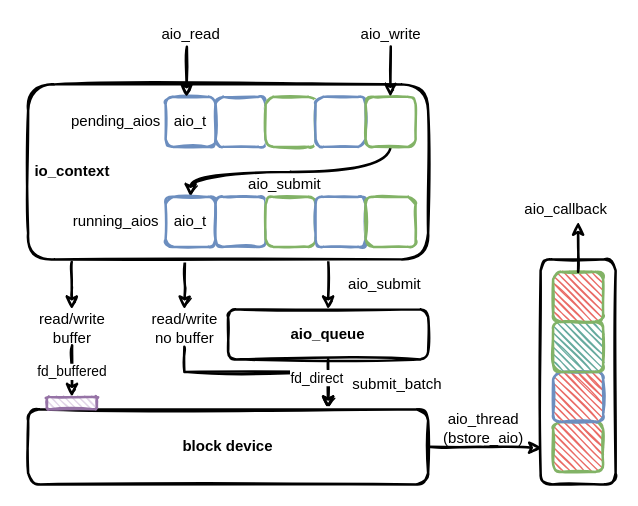
The draw.io diagram page "BlockDevice" (2 of 3) of ceph/bluestore.drawio in EarthWind/deeparch, before the edit. Source tidied: cells renumbered, new cells numbered last; positions are measured from the earlier drawing's top-left corner, leaving out a move shared by most shapes. Both pictures are drawn from the tidied source at 125%, with x=0, y=0 at pixel (21, 21).
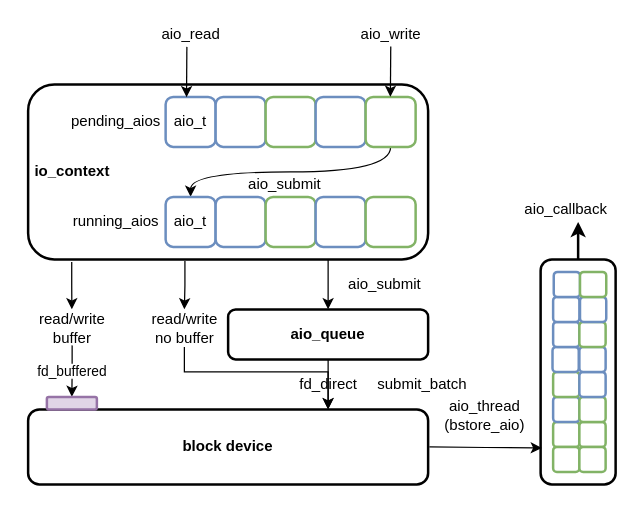
The same page after the edit.

Unchanged cells that the change refers to:
```xml
<mxCell id="43" value="read/write&lt;br&gt;buffer" style="text;html=1;align=center;verticalAlign=middle;points=[];strokeColor=none;fillColor=none;" parent="1" vertex="1">
  <mxGeometry x="5" y="230" width="70" height="30" as="geometry" />
</mxCell>
<mxCell id="44" value="read/write&lt;br&gt;no buffer" style="text;html=1;align=center;verticalAlign=middle;points=[];strokeColor=none;fillColor=none;" parent="1" vertex="1">
  <mxGeometry x="95" y="230" width="70" height="30" as="geometry" />
</mxCell>
```

What changed in the source:
```diff
@@
-    <mxCell id="2" style="edgeStyle=elbowEdgeStyle;rounded=0;sketch=1;jettySize=auto;html=1;strokeWidth=2;elbow=vertical;" parent="1" edge="1" source="44">
+    <mxCell id="2" style="edgeStyle=elbowEdgeStyle;rounded=0;sketch=0;jettySize=auto;html=1;strokeWidth=1;elbow=vertical;" parent="1" edge="1" source="44">
       <mxGeometry relative="1" as="geometry">
         <mxPoint x="245" y="310" as="targetPoint" />
         <Array as="points">
           <mxPoint x="185" y="280" />
         </Array>
       </mxGeometry>
     </mxCell>
-    <mxCell id="3" style="rounded=1;whiteSpace=wrap;html=1;strokeWidth=2;fillWeight=1;hachureGap=4;hachureAngle=45;sketch=1;" parent="1" vertex="1">
+    <mxCell id="3" style="rounded=1;whiteSpace=wrap;html=1;strokeWidth=2;fillWeight=1;hachureGap=4;hachureAngle=45;sketch=0;" parent="1" vertex="1">
       <mxGeometry x="415" y="190" width="60" height="180" as="geometry" />
     </mxCell>
-    <mxCell id="4" style="edgeStyle=orthogonalEdgeStyle;rounded=0;sketch=1;jettySize=auto;html=1;strokeWidth=2;exitX=0.5;exitY=1;exitDx=0;exitDy=0;entryX=0.75;entryY=0;entryDx=0;entryDy=0;" parent="1" edge="1" source="33" target="22">
+    <mxCell id="4" style="edgeStyle=orthogonalEdgeStyle;rounded=0;sketch=0;jettySize=auto;html=1;strokeWidth=1;exitX=0.5;exitY=1;exitDx=0;exitDy=0;entryX=0.75;entryY=0;entryDx=0;entryDy=0;" parent="1" edge="1" source="33" target="22">
       <mxGeometry relative="1" as="geometry" />
     </mxCell>
-    <mxCell id="5" value="fd_direct" style="edgeLabel;html=1;align=center;verticalAlign=middle;" parent="4" vertex="1">
-      <mxGeometry x="-0.64" y="2" relative="1" as="geometry">
-        <mxPoint x="-12" y="7" as="offset" />
-      </mxGeometry>
-    </mxCell>
-    <mxCell id="6" style="edgeStyle=orthogonalEdgeStyle;rounded=0;sketch=1;jettySize=auto;html=1;strokeWidth=2;exitX=0.75;exitY=1;exitDx=0;exitDy=0;" parent="1" edge="1" source="9" target="33">
+    <mxCell id="6" style="edgeStyle=orthogonalEdgeStyle;rounded=0;sketch=0;jettySize=auto;html=1;strokeWidth=1;exitX=0.75;exitY=1;exitDx=0;exitDy=0;" parent="1" edge="1" source="9" target="33">
       <mxGeometry relative="1" as="geometry" />
     </mxCell>
-    <mxCell id="7" style="edgeStyle=elbowEdgeStyle;rounded=0;sketch=1;jettySize=auto;elbow=vertical;html=1;strokeWidth=2;exitX=0.392;exitY=1.009;exitDx=0;exitDy=0;exitPerimeter=0;" parent="1" edge="1" source="9" target="44">
+    <mxCell id="7" style="edgeStyle=elbowEdgeStyle;rounded=0;sketch=0;jettySize=auto;elbow=vertical;html=1;strokeWidth=1;exitX=0.392;exitY=1.009;exitDx=0;exitDy=0;exitPerimeter=0;" parent="1" edge="1" source="9" target="44">
       <mxGeometry relative="1" as="geometry" />
     </mxCell>
-    <mxCell id="8" style="edgeStyle=elbowEdgeStyle;rounded=0;sketch=1;jettySize=auto;elbow=vertical;html=1;strokeWidth=2;exitX=0.109;exitY=1.015;exitDx=0;exitDy=0;exitPerimeter=0;" parent="1" edge="1" source="9" target="43">
+    <mxCell id="8" style="edgeStyle=elbowEdgeStyle;rounded=0;sketch=0;jettySize=auto;elbow=vertical;html=1;strokeWidth=1;exitX=0.109;exitY=1.015;exitDx=0;exitDy=0;exitPerimeter=0;" parent="1" edge="1" source="9" target="43">
       <mxGeometry relative="1" as="geometry" />
     </mxCell>
-    <mxCell id="9" style="rounded=1;whiteSpace=wrap;html=1;strokeWidth=2;fillWeight=1;hachureGap=4;hachureAngle=45;sketch=1;" parent="1" vertex="1">
+    <mxCell id="9" style="rounded=1;whiteSpace=wrap;html=1;strokeWidth=2;fillWeight=1;hachureGap=4;hachureAngle=45;sketch=0;strokeColor=default;" parent="1" vertex="1">
       <mxGeometry x="5" y="50" width="320" height="140" as="geometry" />
     </mxCell>
-    <mxCell id="10" value="aio_t" style="rounded=1;whiteSpace=wrap;html=1;strokeWidth=2;fillWeight=1;hachureGap=4;hachureAngle=45;sketch=1;fillColor=#FFFFFF;strokeColor=#6c8ebf;" parent="1" vertex="1">
+    <mxCell id="10" value="aio_t" style="rounded=1;whiteSpace=wrap;html=1;strokeWidth=2;fillWeight=1;hachureGap=4;hachureAngle=45;sketch=0;fillColor=#FFFFFF;strokeColor=#6c8ebf;" parent="1" vertex="1">
       <mxGeometry x="115" y="60" width="40" height="40" as="geometry" />
     </mxCell>
-    <mxCell id="11" style="rounded=1;whiteSpace=wrap;html=1;strokeWidth=2;fillWeight=1;hachureGap=4;hachureAngle=45;sketch=1;fillColor=#FFFFFF;strokeColor=#6c8ebf;" parent="1" vertex="1">
+    <mxCell id="11" style="rounded=1;whiteSpace=wrap;html=1;strokeWidth=2;fillWeight=1;hachureGap=4;hachureAngle=45;sketch=0;fillColor=#FFFFFF;strokeColor=#6c8ebf;" parent="1" vertex="1">
       <mxGeometry x="155" y="60" width="40" height="40" as="geometry" />
     </mxCell>
-    <mxCell id="12" style="rounded=1;whiteSpace=wrap;html=1;strokeWidth=2;fillWeight=1;hachureGap=4;hachureAngle=45;sketch=1;fillColor=#FFFFFF;strokeColor=#82b366;" parent="1" vertex="1">
+    <mxCell id="12" style="rounded=1;whiteSpace=wrap;html=1;strokeWidth=2;fillWeight=1;hachureGap=4;hachureAngle=45;sketch=0;fillColor=#FFFFFF;strokeColor=#82b366;" parent="1" vertex="1">
       <mxGeometry x="195" y="60" width="40" height="40" as="geometry" />
     </mxCell>
-    <mxCell id="13" style="rounded=1;whiteSpace=wrap;html=1;strokeWidth=2;fillWeight=1;hachureGap=4;hachureAngle=45;sketch=1;fillColor=#FFFFFF;strokeColor=#6c8ebf;" parent="1" vertex="1">
+    <mxCell id="13" style="rounded=1;whiteSpace=wrap;html=1;strokeWidth=2;fillWeight=1;hachureGap=4;hachureAngle=45;sketch=0;fillColor=#FFFFFF;strokeColor=#6c8ebf;" parent="1" vertex="1">
       <mxGeometry x="235" y="60" width="40" height="40" as="geometry" />
     </mxCell>
-    <mxCell id="14" style="edgeStyle=orthogonalEdgeStyle;rounded=0;sketch=1;jettySize=auto;html=1;entryX=0.5;entryY=0;entryDx=0;entryDy=0;strokeWidth=2;curved=1;exitX=0.5;exitY=1;exitDx=0;exitDy=0;" parent="1" edge="1" source="15" target="34">
+    <mxCell id="14" style="edgeStyle=orthogonalEdgeStyle;rounded=0;sketch=0;jettySize=auto;html=1;entryX=0.5;entryY=0;entryDx=0;entryDy=0;strokeWidth=1;curved=1;exitX=0.5;exitY=1;exitDx=0;exitDy=0;" parent="1" edge="1" source="15" target="34">
       <mxGeometry relative="1" as="geometry" />
     </mxCell>
-    <mxCell id="15" style="rounded=1;whiteSpace=wrap;html=1;strokeWidth=2;fillWeight=1;hachureGap=4;hachureAngle=45;sketch=1;fillColor=#FFFFFF;strokeColor=#82b366;" parent="1" vertex="1">
+    <mxCell id="15" style="rounded=1;whiteSpace=wrap;html=1;strokeWidth=2;fillWeight=1;hachureGap=4;hachureAngle=45;sketch=0;fillColor=#FFFFFF;strokeColor=#82b366;" parent="1" vertex="1">
       <mxGeometry x="275" y="60" width="40" height="40" as="geometry" />
     </mxCell>
-    <mxCell id="16" style="endArrow=classic;html=1;rounded=0;entryX=0.418;entryY=0.007;entryDx=0;entryDy=0;entryPerimeter=0;sketch=1;strokeWidth=2;" parent="1" edge="1" target="10">
+    <mxCell id="16" style="endArrow=classic;html=1;rounded=0;entryX=0.418;entryY=0.007;entryDx=0;entryDy=0;entryPerimeter=0;sketch=0;strokeWidth=1;" parent="1" edge="1" target="10">
       <mxGeometry relative="1" as="geometry">
         <mxPoint x="132" y="20" as="sourcePoint" />
       </mxGeometry>
     </mxCell>
@@
-    <mxCell id="18" style="endArrow=classic;html=1;rounded=0;entryX=0.418;entryY=0.007;entryDx=0;entryDy=0;entryPerimeter=0;sketch=1;strokeWidth=2;" parent="1" edge="1">
+    <mxCell id="18" style="endArrow=classic;html=1;rounded=0;entryX=0.418;entryY=0.007;entryDx=0;entryDy=0;entryPerimeter=0;sketch=0;strokeWidth=1;" parent="1" edge="1">
       <mxGeometry relative="1" as="geometry">
         <mxPoint x="295.1" y="19.7" as="sourcePoint" />
         <mxPoint x="294.8" y="60" as="targetPoint" />
       </mxGeometry>
     </mxCell>
@@
-    <mxCell id="21" style="edgeStyle=orthogonalEdgeStyle;rounded=0;sketch=1;jettySize=auto;html=1;entryX=0.017;entryY=0.838;entryDx=0;entryDy=0;entryPerimeter=0;strokeWidth=2;" parent="1" edge="1" source="22" target="3">
-      <mxGeometry relative="1" as="geometry" />
+    <mxCell id="21" style="edgeStyle=orthogonalEdgeStyle;rounded=0;sketch=0;jettySize=auto;html=1;entryX=0.017;entryY=0.838;entryDx=0;entryDy=0;entryPerimeter=0;strokeWidth=1;" parent="1" edge="1" target="3">
+      <mxGeometry relative="1" as="geometry">
+        <mxPoint x="326" y="340" as="sourcePoint" />
+      </mxGeometry>
     </mxCell>
-    <mxCell id="22" value="block device" style="rounded=1;whiteSpace=wrap;html=1;strokeWidth=2;fillWeight=1;hachureGap=4;hachureAngle=45;sketch=1;fontStyle=1;" parent="1" vertex="1">
+    <mxCell id="22" value="block device" style="rounded=1;whiteSpace=wrap;html=1;strokeWidth=2;fillWeight=1;hachureGap=4;hachureAngle=45;sketch=0;fontStyle=1;" parent="1" vertex="1">
       <mxGeometry x="5" y="310" width="320" height="60" as="geometry" />
     </mxCell>
-    <mxCell id="23" value="fd_buffered" style="edgeStyle=orthogonalEdgeStyle;rounded=0;sketch=1;jettySize=auto;html=1;strokeWidth=2;exitX=0.503;exitY=0.96;exitDx=0;exitDy=0;entryX=0.5;entryY=0;entryDx=0;entryDy=0;exitPerimeter=0;" parent="1" edge="1" source="43" target="25">
+    <mxCell id="23" style="edgeStyle=orthogonalEdgeStyle;rounded=0;sketch=0;jettySize=auto;html=1;strokeWidth=1;exitX=0.503;exitY=0.96;exitDx=0;exitDy=0;entryX=0.5;entryY=0;entryDx=0;entryDy=0;exitPerimeter=0;" parent="1" edge="1" source="43" target="25">
       <mxGeometry relative="1" as="geometry" />
     </mxCell>
@@
-    <mxCell id="25" style="rounded=1;whiteSpace=wrap;html=1;strokeWidth=2;fillWeight=1;hachureGap=4;hachureAngle=45;sketch=1;fillColor=#e1d5e7;strokeColor=#9673a6;" parent="1" vertex="1">
+    <mxCell id="25" style="rounded=1;whiteSpace=wrap;html=1;strokeWidth=2;fillWeight=1;hachureGap=4;hachureAngle=45;sketch=0;fillColor=#e1d5e7;strokeColor=#9673a6;" parent="1" vertex="1">
       <mxGeometry x="20" y="300" width="40" height="10" as="geometry" />
     </mxCell>
-    <mxCell id="26" style="rounded=1;whiteSpace=wrap;html=1;strokeWidth=2;fillWeight=1;hachureGap=4;hachureAngle=45;sketch=1;fillColor=#EA6B66;strokeColor=#82b366;" parent="1" vertex="1">
-      <mxGeometry x="425" y="320" width="40" height="40" as="geometry" />
-    </mxCell>
-    <mxCell id="27" style="rounded=1;whiteSpace=wrap;html=1;strokeWidth=2;fillWeight=1;hachureGap=4;hachureAngle=45;sketch=1;fillColor=#EA6B66;strokeColor=#6c8ebf;" parent="1" vertex="1">
-      <mxGeometry x="425" y="280" width="40" height="40" as="geometry" />
-    </mxCell>
-    <mxCell id="28" style="rounded=1;whiteSpace=wrap;html=1;strokeWidth=2;fillWeight=1;hachureGap=4;hachureAngle=45;sketch=1;fillColor=#67AB9F;strokeColor=#82b366;" parent="1" vertex="1">
-      <mxGeometry x="425" y="240" width="40" height="40" as="geometry" />
-    </mxCell>
-    <mxCell id="29" style="rounded=1;whiteSpace=wrap;html=1;strokeWidth=2;fillWeight=1;hachureGap=4;hachureAngle=45;sketch=1;fillColor=#EA6B66;strokeColor=#82b366;" parent="1" vertex="1">
-      <mxGeometry x="425" y="200" width="40" height="40" as="geometry" />
-    </mxCell>
     <mxCell id="30" value="aio_thread&lt;br&gt;(bstore_aio)" style="text;html=1;align=center;verticalAlign=middle;strokeColor=none;fillColor=none;" parent="1" vertex="1">
-      <mxGeometry x="329" y="310" width="80" height="30" as="geometry" />
+      <mxGeometry x="330" y="300" width="80" height="30" as="geometry" />
     </mxCell>
-    <mxCell id="31" style="endArrow=classic;html=1;rounded=0;sketch=1;strokeWidth=2;exitX=0.5;exitY=0;exitDx=0;exitDy=0;" parent="1" edge="1" source="29">
+    <mxCell id="31" style="endArrow=classic;html=1;rounded=0;sketch=0;strokeWidth=2;" parent="1" edge="1">
       <mxGeometry relative="1" as="geometry">
+        <mxPoint x="445" y="190" as="sourcePoint" />
         <mxPoint x="445" y="160" as="targetPoint" />
       </mxGeometry>
     </mxCell>
@@
-    <mxCell id="33" value="aio_queue" style="rounded=1;whiteSpace=wrap;html=1;strokeWidth=2;fillWeight=1;hachureGap=4;hachureAngle=45;sketch=1;fontStyle=1;" parent="1" vertex="1">
+    <mxCell id="33" value="aio_queue" style="rounded=1;whiteSpace=wrap;html=1;strokeWidth=2;fillWeight=1;hachureGap=4;hachureAngle=45;sketch=0;fontStyle=1;" parent="1" vertex="1">
       <mxGeometry x="165" y="230" width="160" height="40" as="geometry" />
     </mxCell>
-    <mxCell id="34" value="aio_t" style="rounded=1;whiteSpace=wrap;html=1;strokeWidth=2;fillWeight=1;hachureGap=4;hachureAngle=45;sketch=1;fillColor=#FFFFFF;strokeColor=#6c8ebf;" parent="1" vertex="1">
+    <mxCell id="34" value="aio_t" style="rounded=1;whiteSpace=wrap;html=1;strokeWidth=2;fillWeight=1;hachureGap=4;hachureAngle=45;sketch=0;fillColor=#FFFFFF;strokeColor=#6c8ebf;" parent="1" vertex="1">
       <mxGeometry x="115" y="140" width="40" height="40" as="geometry" />
     </mxCell>
-    <mxCell id="35" style="rounded=1;whiteSpace=wrap;html=1;strokeWidth=2;fillWeight=1;hachureGap=4;hachureAngle=45;sketch=1;fillColor=#FFFFFF;strokeColor=#6c8ebf;" parent="1" vertex="1">
+    <mxCell id="35" style="rounded=1;whiteSpace=wrap;html=1;strokeWidth=2;fillWeight=1;hachureGap=4;hachureAngle=45;sketch=0;fillColor=#FFFFFF;strokeColor=#6c8ebf;" parent="1" vertex="1">
       <mxGeometry x="155" y="140" width="40" height="40" as="geometry" />
     </mxCell>
-    <mxCell id="36" style="rounded=1;whiteSpace=wrap;html=1;strokeWidth=2;fillWeight=1;hachureGap=4;hachureAngle=45;sketch=1;fillColor=#FFFFFF;strokeColor=#82b366;" parent="1" vertex="1">
+    <mxCell id="36" style="rounded=1;whiteSpace=wrap;html=1;strokeWidth=2;fillWeight=1;hachureGap=4;hachureAngle=45;sketch=0;fillColor=#FFFFFF;strokeColor=#82b366;" parent="1" vertex="1">
       <mxGeometry x="195" y="140" width="40" height="40" as="geometry" />
     </mxCell>
-    <mxCell id="37" style="rounded=1;whiteSpace=wrap;html=1;strokeWidth=2;fillWeight=1;hachureGap=4;hachureAngle=45;sketch=1;fillColor=#FFFFFF;strokeColor=#6c8ebf;" parent="1" vertex="1">
+    <mxCell id="37" style="rounded=1;whiteSpace=wrap;html=1;strokeWidth=2;fillWeight=1;hachureGap=4;hachureAngle=45;sketch=0;fillColor=#FFFFFF;strokeColor=#6c8ebf;" parent="1" vertex="1">
       <mxGeometry x="235" y="140" width="40" height="40" as="geometry" />
     </mxCell>
-    <mxCell id="38" style="rounded=1;whiteSpace=wrap;html=1;strokeWidth=2;fillWeight=1;hachureGap=4;hachureAngle=45;sketch=1;fillColor=#FFFFFF;strokeColor=#82b366;" parent="1" vertex="1">
+    <mxCell id="38" style="rounded=1;whiteSpace=wrap;html=1;strokeWidth=2;fillWeight=1;hachureGap=4;hachureAngle=45;sketch=0;fillColor=#FFFFFF;strokeColor=#82b366;" parent="1" vertex="1">
       <mxGeometry x="275" y="140" width="40" height="40" as="geometry" />
     </mxCell>
@@
     <mxCell id="42" value="submit_batch" style="text;html=1;align=center;verticalAlign=middle;strokeColor=none;fillColor=none;" parent="1" vertex="1">
-      <mxGeometry x="255" y="280" width="90" height="20" as="geometry" />
+      <mxGeometry x="275" y="280" width="90" height="20" as="geometry" />
     </mxCell>
@@
+    <mxCell id="45" style="rounded=1;whiteSpace=wrap;html=1;strokeWidth=2;fillWeight=1;hachureGap=4;hachureAngle=45;sketch=0;fillColor=#FFFFFF;strokeColor=#82b366;" parent="1" vertex="1">
+      <mxGeometry x="425" y="320" width="21" height="20" as="geometry" />
+    </mxCell>
+    <mxCell id="46" value="&lt;span style=&quot;font-size: 11px ; background-color: rgb(255 , 255 , 255)&quot;&gt;fd_buffered&lt;/span&gt;" style="text;html=1;align=center;verticalAlign=middle;strokeColor=none;fillColor=none;" parent="1" vertex="1">
+      <mxGeometry y="270" width="80" height="20" as="geometry" />
+    </mxCell>
+    <mxCell id="5" value="fd_direct" style="text;html=1;align=center;verticalAlign=middle;strokeColor=none;fillColor=none;" parent="1" vertex="1">
+      <mxGeometry x="215" y="280" width="60" height="20" as="geometry" />
+    </mxCell>
+    <mxCell id="47" style="rounded=1;whiteSpace=wrap;html=1;strokeWidth=2;fillWeight=1;hachureGap=4;hachureAngle=45;sketch=0;fillColor=#FFFFFF;strokeColor=#82b366;" parent="1" vertex="1">
+      <mxGeometry x="446" y="320" width="21" height="20" as="geometry" />
+    </mxCell>
+    <mxCell id="48" style="rounded=1;whiteSpace=wrap;html=1;strokeWidth=2;fillWeight=1;hachureGap=4;hachureAngle=45;sketch=0;fillColor=#FFFFFF;strokeColor=#82b366;" parent="1" vertex="1">
+      <mxGeometry x="425" y="340" width="21" height="20" as="geometry" />
+    </mxCell>
+    <mxCell id="49" style="rounded=1;whiteSpace=wrap;html=1;strokeWidth=2;fillWeight=1;hachureGap=4;hachureAngle=45;sketch=0;fillColor=#FFFFFF;strokeColor=#82b366;" parent="1" vertex="1">
+      <mxGeometry x="446" y="340" width="21" height="20" as="geometry" />
+    </mxCell>
+    <mxCell id="50" style="rounded=1;whiteSpace=wrap;html=1;strokeWidth=2;fillWeight=1;hachureGap=4;hachureAngle=45;sketch=0;fillColor=#FFFFFF;strokeColor=#6c8ebf;" parent="1" vertex="1">
+      <mxGeometry x="425" y="300" width="21" height="20" as="geometry" />
+    </mxCell>
+    <mxCell id="51" style="rounded=1;whiteSpace=wrap;html=1;strokeWidth=2;fillWeight=1;hachureGap=4;hachureAngle=45;sketch=0;fillColor=#FFFFFF;strokeColor=#82b366;" parent="1" vertex="1">
+      <mxGeometry x="446" y="300" width="21" height="20" as="geometry" />
+    </mxCell>
+    <mxCell id="52" style="rounded=1;whiteSpace=wrap;html=1;strokeWidth=2;fillWeight=1;hachureGap=4;hachureAngle=45;sketch=0;fillColor=#FFFFFF;strokeColor=#82b366;" parent="1" vertex="1">
+      <mxGeometry x="425" y="280" width="21" height="20" as="geometry" />
+    </mxCell>
+    <mxCell id="53" style="rounded=1;whiteSpace=wrap;html=1;strokeWidth=2;fillWeight=1;hachureGap=4;hachureAngle=45;sketch=0;fillColor=#FFFFFF;strokeColor=#6c8ebf;" parent="1" vertex="1">
+      <mxGeometry x="446" y="280" width="21" height="20" as="geometry" />
+    </mxCell>
+    <mxCell id="54" style="rounded=1;whiteSpace=wrap;html=1;strokeWidth=2;fillWeight=1;hachureGap=4;hachureAngle=45;sketch=0;fillColor=#FFFFFF;strokeColor=#6c8ebf;" parent="1" vertex="1">
+      <mxGeometry x="446" y="260" width="21" height="20" as="geometry" />
+    </mxCell>
+    <mxCell id="55" style="rounded=1;whiteSpace=wrap;html=1;strokeWidth=2;fillWeight=1;hachureGap=4;hachureAngle=45;sketch=0;fillColor=#FFFFFF;strokeColor=#6c8ebf;" parent="1" vertex="1">
+      <mxGeometry x="424.5" y="260" width="21" height="20" as="geometry" />
+    </mxCell>
+    <mxCell id="56" style="rounded=1;whiteSpace=wrap;html=1;strokeWidth=2;fillWeight=1;hachureGap=4;hachureAngle=45;sketch=0;fillColor=#FFFFFF;strokeColor=#6c8ebf;" parent="1" vertex="1">
+      <mxGeometry x="425" y="240" width="21" height="20" as="geometry" />
+    </mxCell>
+    <mxCell id="57" style="rounded=1;whiteSpace=wrap;html=1;strokeWidth=2;fillWeight=1;hachureGap=4;hachureAngle=45;sketch=0;fillColor=#FFFFFF;strokeColor=#82b366;" parent="1" vertex="1">
+      <mxGeometry x="446" y="240" width="21" height="20" as="geometry" />
+    </mxCell>
+    <mxCell id="58" style="rounded=1;whiteSpace=wrap;html=1;strokeWidth=2;fillWeight=1;hachureGap=4;hachureAngle=45;sketch=0;fillColor=#FFFFFF;strokeColor=#6c8ebf;" parent="1" vertex="1">
+      <mxGeometry x="446.5" y="220" width="21" height="20" as="geometry" />
+    </mxCell>
+    <mxCell id="59" style="rounded=1;whiteSpace=wrap;html=1;strokeWidth=2;fillWeight=1;hachureGap=4;hachureAngle=45;sketch=0;fillColor=#FFFFFF;strokeColor=#6c8ebf;" parent="1" vertex="1">
+      <mxGeometry x="425" y="220" width="21" height="20" as="geometry" />
+    </mxCell>
+    <mxCell id="60" style="rounded=1;whiteSpace=wrap;html=1;strokeWidth=2;fillWeight=1;hachureGap=4;hachureAngle=45;sketch=0;fillColor=#FFFFFF;strokeColor=#6c8ebf;" parent="1" vertex="1">
+      <mxGeometry x="425.5" y="200" width="21" height="20" as="geometry" />
+    </mxCell>
+    <mxCell id="61" style="rounded=1;whiteSpace=wrap;html=1;strokeWidth=2;fillWeight=1;hachureGap=4;hachureAngle=45;sketch=0;fillColor=#FFFFFF;strokeColor=#82b366;" parent="1" vertex="1">
+      <mxGeometry x="446.5" y="200" width="21" height="20" as="geometry" />
+    </mxCell>
```
